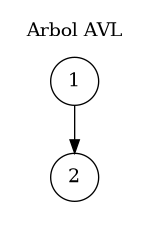
This is Proyecto-Fase 2/Reportes/BST.png from Rodrigo-1504/-EDD-1S2025_202202854, a Graphviz export, as it was before one commit. Its source is kept beside it as Proyecto-Fase 2/Reportes/BST.dot.
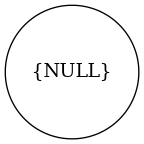
The same file after the commit.

What changed in the source:
```diff
@@ -1,8 +1,4 @@
-digraph AVL{
+digraph G {
 	node[shape=circle];
-	graph[pencolor=transparent];
-	subgraph cluster_0{
-		label = "Arbol AVL";
-	"1" -> "2";
-		}
+	NULL[label = "{NULL}"];
 }
```
